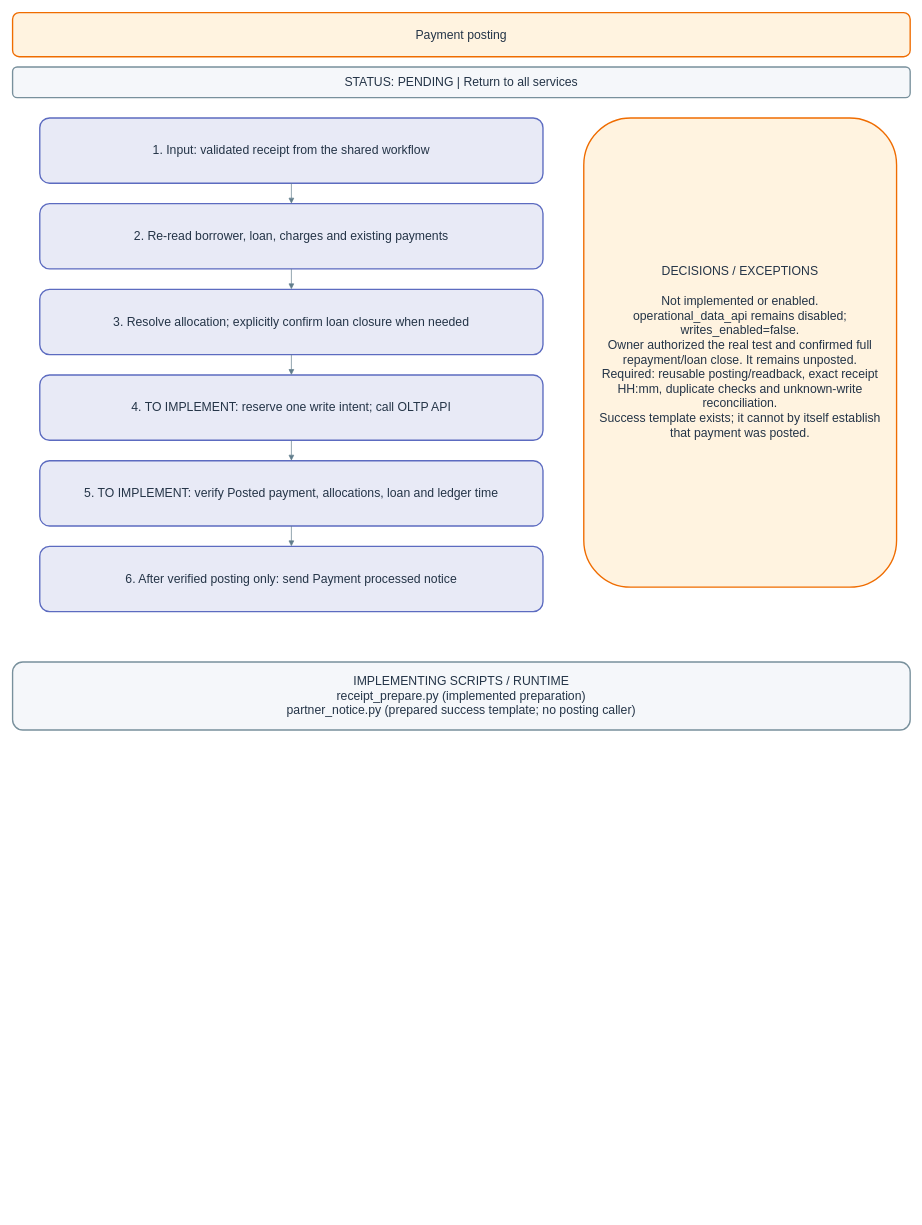
Before: page "04 · Payment posting" (4 of 14) of docs/BUSINESS_PROCESS.drawio in welct0407/MW-Credit-App, a draw.io diagram. Source tidied: cells renumbered, new cells numbered last; positions are measured from the earlier drawing's top-left corner, leaving out a move shared by most shapes. Both pictures are drawn from the tidied source at 68%, with x=0, y=0 at pixel (12, 12).
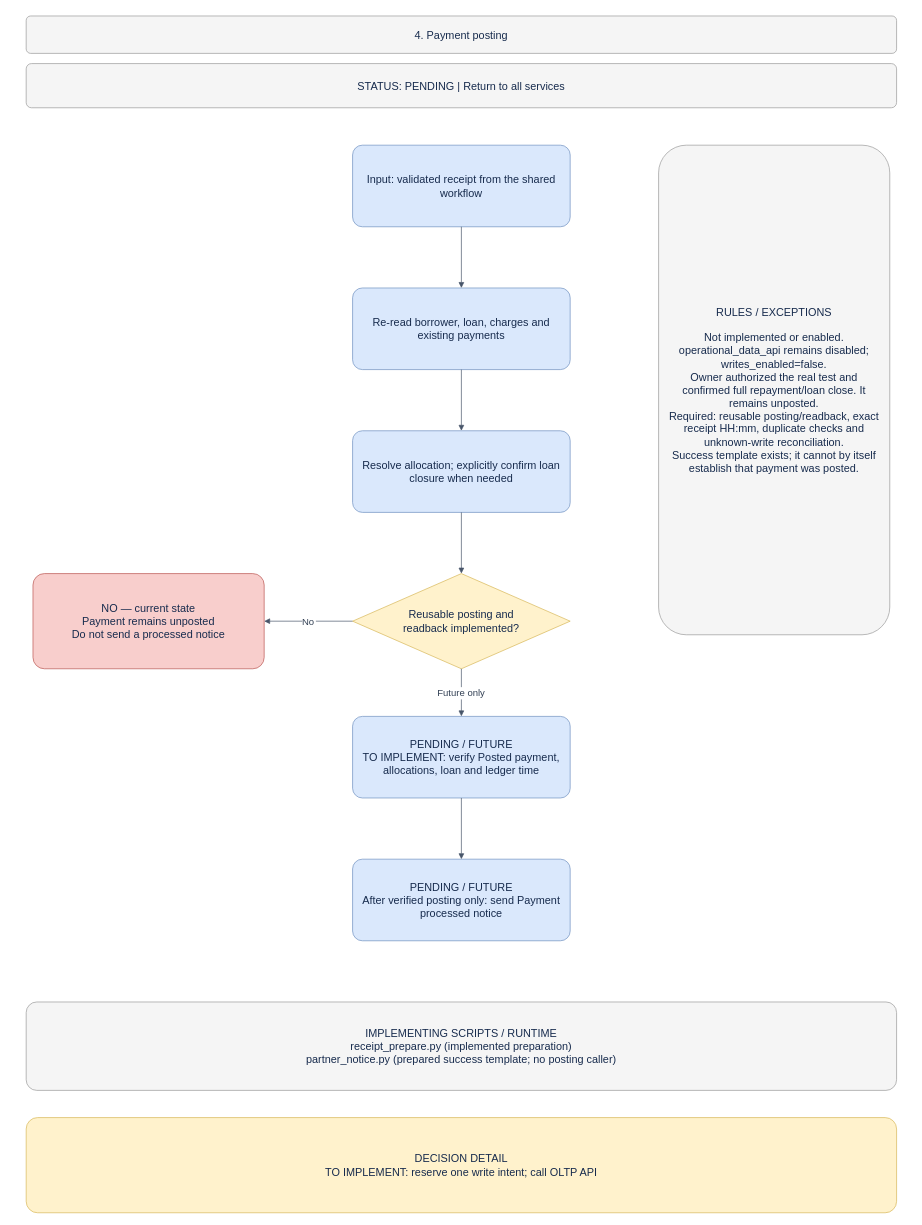
The same diagram, later.

Diff of the diagram source:
```diff
@@
 <mxGraphModel>
   <root>
     <mxCell id="0" />
     <mxCell id="1" parent="0" />
-    <mxCell id="2" value="Payment posting" style="rounded=1;whiteSpace=wrap;html=0;fillColor=#fff3e0;strokeColor=#ef6c00;strokeWidth=2;fontColor=#243447;fontSize=18;spacing=14;" parent="1" vertex="1">
-      <mxGeometry width="1320" height="65" as="geometry" />
+    <mxCell id="2" value="4. Payment posting" style="rounded=1;arcSize=12;whiteSpace=wrap;html=0;fillColor=#f5f5f5;strokeColor=#999999;fontColor=#172b4d;fontSize=16;align=center;verticalAlign=middle;spacing=12;" parent="1" vertex="1">
+      <mxGeometry x="20" y="5" width="1280" height="55" as="geometry" />
     </mxCell>
-    <mxCell id="3" value="STATUS: PENDING  |  Return to all services" style="rounded=1;whiteSpace=wrap;html=0;fillColor=#f5f7fa;strokeColor=#78909c;strokeWidth=2;fontColor=#243447;fontSize=18;spacing=14;" parent="1" vertex="1">
-      <mxGeometry y="80" width="1320" height="45" as="geometry" />
+    <mxCell id="3" value="STATUS: PENDING  |  Return to all services" style="rounded=1;arcSize=12;whiteSpace=wrap;html=0;fillColor=#f5f5f5;strokeColor=#999999;fontColor=#172b4d;fontSize=16;align=center;verticalAlign=middle;spacing=12;" parent="1" vertex="1">
+      <mxGeometry x="20" y="75" width="1280" height="65" as="geometry" />
     </mxCell>
-    <mxCell id="4" value="1. Input: validated receipt from the shared workflow" style="rounded=1;whiteSpace=wrap;html=0;fillColor=#e8eaf6;strokeColor=#5c6bc0;strokeWidth=2;fontColor=#243447;fontSize=18;spacing=14;" parent="1" vertex="1">
-      <mxGeometry x="40" y="155" width="740" height="96" as="geometry" />
+    <mxCell id="4" value="Input: validated receipt from the shared workflow" style="rounded=1;arcSize=12;whiteSpace=wrap;html=0;fillColor=#dae8fc;strokeColor=#6c8ebf;fontColor=#172b4d;fontSize=16;align=center;verticalAlign=middle;spacing=12;" parent="1" vertex="1">
+      <mxGeometry x="500" y="195" width="320" height="120" as="geometry" />
     </mxCell>
-    <mxCell id="5" value="2. Re-read borrower, loan, charges and existing payments" style="rounded=1;whiteSpace=wrap;html=0;fillColor=#e8eaf6;strokeColor=#5c6bc0;strokeWidth=2;fontColor=#243447;fontSize=18;spacing=14;" parent="1" vertex="1">
-      <mxGeometry x="40" y="281" width="740" height="96" as="geometry" />
+    <mxCell id="5" value="Re-read borrower, loan, charges and existing payments" style="rounded=1;arcSize=12;whiteSpace=wrap;html=0;fillColor=#dae8fc;strokeColor=#6c8ebf;fontColor=#172b4d;fontSize=16;align=center;verticalAlign=middle;spacing=12;" parent="1" vertex="1">
+      <mxGeometry x="500" y="405" width="320" height="120" as="geometry" />
     </mxCell>
-    <mxCell id="6" style="edgeStyle=orthogonalEdgeStyle;endArrow=block;strokeColor=#607d8b;" parent="1" edge="1" source="4" target="5">
+    <mxCell id="6" style="edgeStyle=orthogonalEdgeStyle;rounded=0;jettySize=auto;html=0;endArrow=block;endFill=1;strokeColor=#475569;fontColor=#334155;fontSize=14;labelBackgroundColor=#ffffff;" parent="1" edge="1" source="4" target="5">
       <mxGeometry relative="1" as="geometry" />
     </mxCell>
-    <mxCell id="7" value="3. Resolve allocation; explicitly confirm loan closure when needed" style="rounded=1;whiteSpace=wrap;html=0;fillColor=#e8eaf6;strokeColor=#5c6bc0;strokeWidth=2;fontColor=#243447;fontSize=18;spacing=14;" parent="1" vertex="1">
-      <mxGeometry x="40" y="407" width="740" height="96" as="geometry" />
+    <mxCell id="7" value="Resolve allocation; explicitly confirm loan closure when needed" style="rounded=1;arcSize=12;whiteSpace=wrap;html=0;fillColor=#dae8fc;strokeColor=#6c8ebf;fontColor=#172b4d;fontSize=16;align=center;verticalAlign=middle;spacing=12;" parent="1" vertex="1">
+      <mxGeometry x="500" y="615" width="320" height="120" as="geometry" />
     </mxCell>
-    <mxCell id="8" style="edgeStyle=orthogonalEdgeStyle;endArrow=block;strokeColor=#607d8b;" parent="1" edge="1" source="5" target="7">
+    <mxCell id="8" style="edgeStyle=orthogonalEdgeStyle;rounded=0;jettySize=auto;html=0;endArrow=block;endFill=1;strokeColor=#475569;fontColor=#334155;fontSize=14;labelBackgroundColor=#ffffff;" parent="1" edge="1" source="5" target="7">
       <mxGeometry relative="1" as="geometry" />
     </mxCell>
-    <mxCell id="9" value="4. TO IMPLEMENT: reserve one write intent; call OLTP API" style="rounded=1;whiteSpace=wrap;html=0;fillColor=#e8eaf6;strokeColor=#5c6bc0;strokeWidth=2;fontColor=#243447;fontSize=18;spacing=14;" parent="1" vertex="1">
-      <mxGeometry x="40" y="533" width="740" height="96" as="geometry" />
+    <mxCell id="9" value="Reusable posting and&#10;readback implemented?" style="rhombus;whiteSpace=wrap;html=0;fillColor=#fff2cc;strokeColor=#d6b656;fontColor=#172b4d;fontSize=16;align=center;verticalAlign=middle;spacing=12;" parent="1" vertex="1">
+      <mxGeometry x="500" y="825" width="320" height="140" as="geometry" />
     </mxCell>
-    <mxCell id="10" style="edgeStyle=orthogonalEdgeStyle;endArrow=block;strokeColor=#607d8b;" parent="1" edge="1" source="7" target="9">
+    <mxCell id="10" style="edgeStyle=orthogonalEdgeStyle;rounded=0;jettySize=auto;html=0;endArrow=block;endFill=1;strokeColor=#475569;fontColor=#334155;fontSize=14;labelBackgroundColor=#ffffff;" parent="1" edge="1" source="7" target="9">
       <mxGeometry relative="1" as="geometry" />
     </mxCell>
-    <mxCell id="11" value="5. TO IMPLEMENT: verify Posted payment, allocations, loan and ledger time" style="rounded=1;whiteSpace=wrap;html=0;fillColor=#e8eaf6;strokeColor=#5c6bc0;strokeWidth=2;fontColor=#243447;fontSize=18;spacing=14;" parent="1" vertex="1">
-      <mxGeometry x="40" y="659" width="740" height="96" as="geometry" />
+    <mxCell id="11" value="PENDING / FUTURE&#10;TO IMPLEMENT: verify Posted payment, allocations, loan and ledger time" style="rounded=1;arcSize=12;whiteSpace=wrap;html=0;fillColor=#dae8fc;strokeColor=#6c8ebf;fontColor=#172b4d;fontSize=16;align=center;verticalAlign=middle;spacing=12;" parent="1" vertex="1">
+      <mxGeometry x="500" y="1035" width="320" height="120" as="geometry" />
     </mxCell>
-    <mxCell id="12" style="edgeStyle=orthogonalEdgeStyle;endArrow=block;strokeColor=#607d8b;" parent="1" edge="1" source="9" target="11">
+    <mxCell id="12" value="Future only" style="edgeStyle=orthogonalEdgeStyle;rounded=0;jettySize=auto;html=0;endArrow=block;endFill=1;strokeColor=#475569;fontColor=#334155;fontSize=14;labelBackgroundColor=#ffffff;" parent="1" edge="1" source="9" target="11">
       <mxGeometry relative="1" as="geometry" />
     </mxCell>
-    <mxCell id="13" value="6. After verified posting only: send Payment processed notice" style="rounded=1;whiteSpace=wrap;html=0;fillColor=#e8eaf6;strokeColor=#5c6bc0;strokeWidth=2;fontColor=#243447;fontSize=18;spacing=14;" parent="1" vertex="1">
-      <mxGeometry x="40" y="785" width="740" height="96" as="geometry" />
+    <mxCell id="13" value="PENDING / FUTURE&#10;After verified posting only: send Payment processed notice" style="rounded=1;arcSize=12;whiteSpace=wrap;html=0;fillColor=#dae8fc;strokeColor=#6c8ebf;fontColor=#172b4d;fontSize=16;align=center;verticalAlign=middle;spacing=12;" parent="1" vertex="1">
+      <mxGeometry x="500" y="1245" width="320" height="120" as="geometry" />
     </mxCell>
-    <mxCell id="14" style="edgeStyle=orthogonalEdgeStyle;endArrow=block;strokeColor=#607d8b;" parent="1" edge="1" source="11" target="13">
+    <mxCell id="14" style="edgeStyle=orthogonalEdgeStyle;rounded=0;jettySize=auto;html=0;endArrow=block;endFill=1;strokeColor=#475569;fontColor=#334155;fontSize=14;labelBackgroundColor=#ffffff;" parent="1" edge="1" source="11" target="13">
       <mxGeometry relative="1" as="geometry" />
     </mxCell>
-    <mxCell id="15" value="DECISIONS / EXCEPTIONS&#10;&#10;Not implemented or enabled.&#10;operational_data_api remains disabled; writes_enabled=false.&#10;Owner authorized the real test and confirmed full repayment/loan close. It remains unposted.&#10;Required: reusable posting/readback, exact receipt HH:mm, duplicate checks and unknown-write reconciliation.&#10;Success template exists; it cannot by itself establish that payment was posted." style="rounded=1;whiteSpace=wrap;html=0;fillColor=#fff3e0;strokeColor=#ef6c00;strokeWidth=2;fontColor=#243447;fontSize=18;spacing=14;" parent="1" vertex="1">
-      <mxGeometry x="840" y="155" width="460" height="690" as="geometry" />
-    </mxCell>
+    <mxCell id="17" value="NO — current state&#10;Payment remains unposted&#10;Do not send a processed notice" style="rounded=1;arcSize=12;whiteSpace=wrap;html=0;fillColor=#f8cecc;strokeColor=#b85450;fontColor=#172b4d;fontSize=16;align=center;verticalAlign=middle;spacing=12;" parent="1" vertex="1">
+      <mxGeometry x="30" y="825" width="340" height="140" as="geometry" />
+    </mxCell>
+    <mxCell id="18" value="No" style="edgeStyle=orthogonalEdgeStyle;rounded=0;jettySize=auto;html=0;endArrow=block;endFill=1;strokeColor=#475569;fontColor=#334155;fontSize=14;labelBackgroundColor=#ffffff;" parent="1" edge="1" source="9" target="17">
+      <mxGeometry relative="1" as="geometry" />
+    </mxCell>
+    <mxCell id="19" value="RULES / EXCEPTIONS&#10;&#10;Not implemented or enabled.&#10;operational_data_api remains disabled; writes_enabled=false.&#10;Owner authorized the real test and confirmed full repayment/loan close. It remains unposted.&#10;Required: reusable posting/readback, exact receipt HH:mm, duplicate checks and unknown-write reconciliation.&#10;Success template exists; it cannot by itself establish that payment was posted." style="rounded=1;arcSize=12;whiteSpace=wrap;html=0;fillColor=#f5f5f5;strokeColor=#999999;fontColor=#172b4d;fontSize=16;align=center;verticalAlign=middle;spacing=12;" parent="1" vertex="1">
+      <mxGeometry x="950" y="195" width="340" height="720" as="geometry" />
+    </mxCell>
-    <mxCell id="16" value="IMPLEMENTING SCRIPTS / RUNTIME&#10;receipt_prepare.py (implemented preparation)&#10;partner_notice.py (prepared success template; no posting caller)" style="rounded=1;whiteSpace=wrap;html=0;fillColor=#f5f7fa;strokeColor=#78909c;strokeWidth=2;fontColor=#243447;fontSize=18;spacing=14;" parent="1" vertex="1">
-      <mxGeometry y="955" width="1320" height="100" as="geometry" />
+    <mxCell id="16" value="IMPLEMENTING SCRIPTS / RUNTIME&#10;receipt_prepare.py (implemented preparation)&#10;partner_notice.py (prepared success template; no posting caller)" style="rounded=1;arcSize=12;whiteSpace=wrap;html=0;fillColor=#f5f5f5;strokeColor=#999999;fontColor=#172b4d;fontSize=16;align=center;verticalAlign=middle;spacing=12;" parent="1" vertex="1">
+      <mxGeometry x="20" y="1455" width="1280" height="130" as="geometry" />
     </mxCell>
+    <mxCell id="20" value="DECISION DETAIL&#10;TO IMPLEMENT: reserve one write intent; call OLTP API" style="rounded=1;arcSize=12;whiteSpace=wrap;html=0;fillColor=#fff2cc;strokeColor=#d6b656;fontColor=#172b4d;fontSize=16;align=center;verticalAlign=middle;spacing=12;" parent="1" vertex="1">
+      <mxGeometry x="20" y="1625" width="1280" height="140" as="geometry" />
+    </mxCell>
   </root>
 </mxGraphModel>
```
